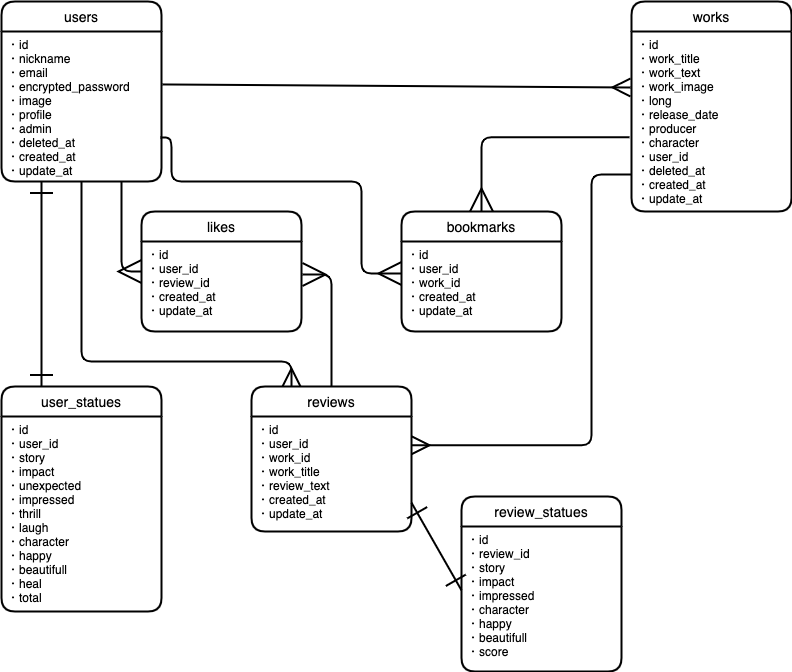
This is ER.dio.png from hatanotakahiro/sympasee, a draw.io export, as it was before one commit. Source tidied: cells renumbered, new cells last; positions are measured from the earlier drawing's top-left corner, leaving out a move shared by most shapes.
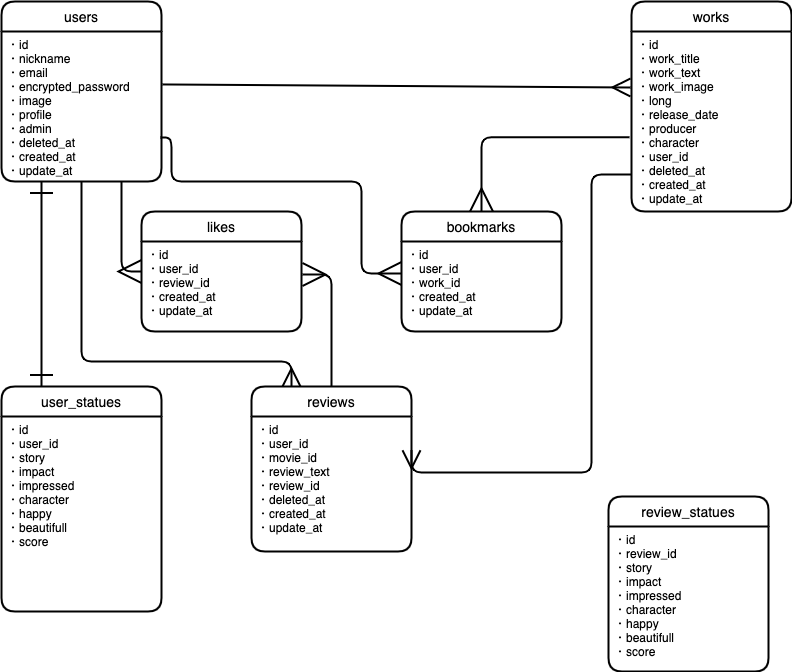
The same diagram one commit later.

Change to the diagram source:
```diff
@@ -21,10 +21,10 @@
       <mxGeometry y="30" width="160" height="180" as="geometry" />
     </mxCell>
     <mxCell id="8" value="reviews" style="swimlane;horizontal=1;startSize=30;rounded=1;fontSize=14;fontStyle=0;strokeWidth=2;shadow=0;dashed=0;align=center;" parent="1" vertex="1">
-      <mxGeometry x="250" y="385" width="160" height="145" as="geometry" />
+      <mxGeometry x="250" y="385" width="160" height="165" as="geometry" />
     </mxCell>
-    <mxCell id="9" value="・id&#10;・user_id&#10;・work_id&#10;・work_title&#10;・review_text&#10;・created_at&#10;・update_at&#10;" style="align=left;strokeColor=none;fillColor=none;spacingLeft=4;fontSize=12;verticalAlign=top;" parent="8" vertex="1">
-      <mxGeometry y="30" width="160" height="115" as="geometry" />
+    <mxCell id="9" value="・id&#10;・user_id&#10;・movie_id&#10;・review_text&#10;・review_id&#10;・deleted_at&#10;・created_at&#10;・update_at&#10;" style="align=left;strokeColor=none;fillColor=none;spacingLeft=4;fontSize=12;verticalAlign=top;" parent="8" vertex="1">
+      <mxGeometry y="30" width="160" height="135" as="geometry" />
     </mxCell>
     <mxCell id="10" style="fontSize=12;html=1;endArrow=ERmany;jumpSize=6;strokeWidth=2;endSize=15;exitX=1.006;exitY=0.353;exitDx=0;exitDy=0;exitPerimeter=0;" parent="1" edge="1" source="3">
       <mxGeometry relative="1" as="geometry">
@@ -39,20 +39,17 @@
         </Array>
       </mxGeometry>
     </mxCell>
-    <mxCell id="12" style="fontSize=12;html=1;endArrow=ERone;endFill=1;strokeWidth=2;exitX=1;exitY=0.75;exitDx=0;exitDy=0;endSize=20;startArrow=ERone;startFill=0;targetPerimeterSpacing=0;startSize=20;entryX=0;entryY=0.44;entryDx=0;entryDy=0;entryPerimeter=0;" parent="1" edge="1" source="9" target="17">
-      <mxGeometry relative="1" as="geometry" />
-    </mxCell>
     <mxCell id="13" value="user_statues" style="swimlane;horizontal=1;startSize=30;rounded=1;fontSize=14;fontStyle=0;strokeWidth=2;shadow=0;dashed=0;align=center;" parent="1" vertex="1">
       <mxGeometry y="385" width="160" height="225" as="geometry" />
     </mxCell>
-    <mxCell id="14" value="・id&#10;・user_id&#10;・story&#10;・impact&#10;・unexpected&#10;・impressed&#10;・thrill&#10;・laugh&#10;・character&#10;・happy&#10;・beautifull&#10;・heal&#10;・total&#10;&#10;&#10;&#10;" style="align=left;strokeColor=none;fillColor=none;spacingLeft=4;fontSize=12;verticalAlign=top;" parent="13" vertex="1">
+    <mxCell id="14" value="・id&#10;・user_id&#10;・story&#10;・impact&#10;・impressed&#10;・character&#10;・happy&#10;・beautifull&#10;・score&#10;&#10;&#10;&#10;" style="align=left;strokeColor=none;fillColor=none;spacingLeft=4;fontSize=12;verticalAlign=top;" parent="13" vertex="1">
       <mxGeometry y="30" width="160" height="195" as="geometry" />
     </mxCell>
     <mxCell id="15" style="fontSize=12;html=1;endArrow=ERone;endFill=1;strokeWidth=2;exitX=0.25;exitY=0;exitDx=0;exitDy=0;entryX=0.25;entryY=1;entryDx=0;entryDy=0;endSize=20;startArrow=ERone;startFill=0;targetPerimeterSpacing=0;startSize=20;" parent="1" edge="1" source="13" target="3">
       <mxGeometry relative="1" as="geometry" />
     </mxCell>
     <mxCell id="16" value="review_statues" style="swimlane;horizontal=1;startSize=30;rounded=1;fontSize=14;fontStyle=0;strokeWidth=2;shadow=0;dashed=0;align=center;" parent="1" vertex="1">
-      <mxGeometry x="460" y="495" width="160" height="175" as="geometry" />
+      <mxGeometry x="607" y="495" width="160" height="175" as="geometry" />
     </mxCell>
     <mxCell id="17" value="・id&#10;・review_id&#10;・story&#10;・impact&#10;・impressed&#10;・character&#10;・happy&#10;・beautifull&#10;・score" style="align=left;strokeColor=none;fillColor=none;spacingLeft=4;fontSize=12;verticalAlign=top;" parent="16" vertex="1">
       <mxGeometry y="30" width="160" height="145" as="geometry" />
@@ -61,7 +58,7 @@
       <mxGeometry relative="1" as="geometry">
         <mxPoint x="630" y="173" as="targetPoint" />
         <Array as="points">
-          <mxPoint x="590" y="444" />
+          <mxPoint x="590" y="471" />
           <mxPoint x="590" y="173" />
         </Array>
       </mxGeometry>
```
